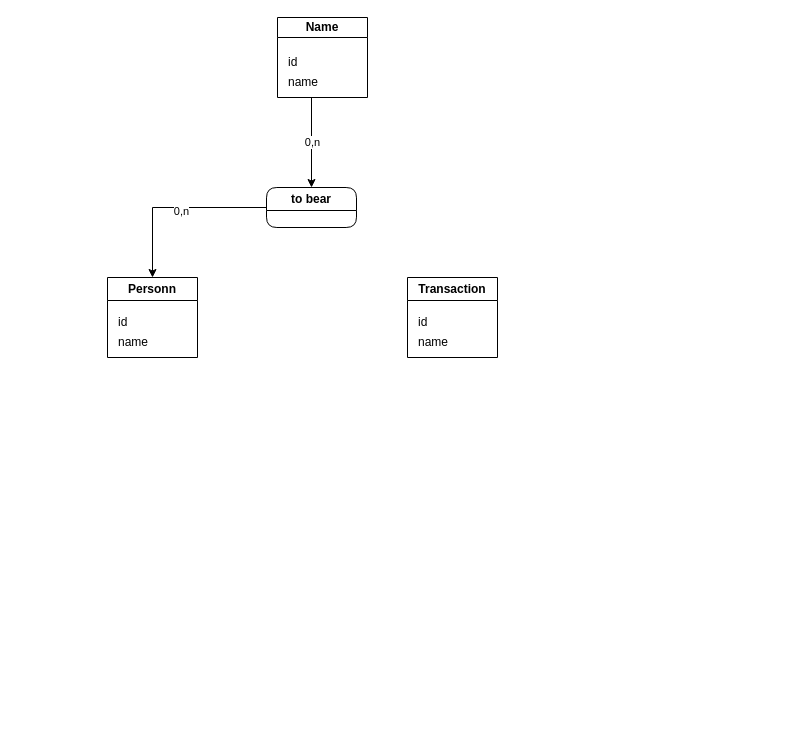
This is test.drawio from Aloeverras/mcd_destock, a draw.io file, before an edit. Source tidied: cells renumbered, new cells numbered last; positions are measured from the earlier drawing's top-left corner, leaving out a move shared by most shapes. Both pictures are drawn from the tidied source at 100%, with x=0, y=0 at pixel (107, 17).
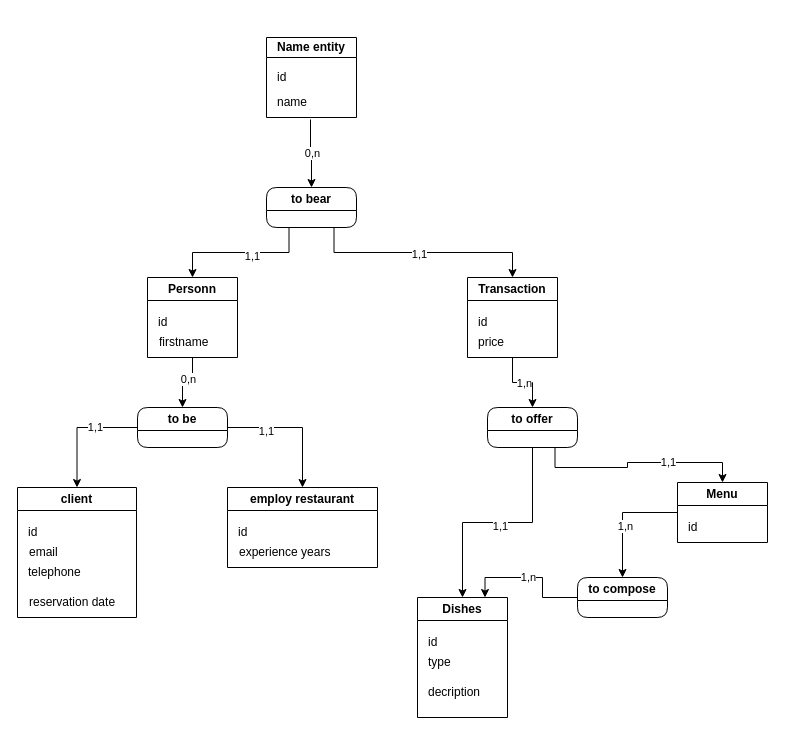
After the change.

Commit message (it also covers changes not shown here):
Mettre à jour test.drawio

Unchanged cells that the change refers to:
```xml
<mxCell id="4" value="name" style="text;html=1;align=left;verticalAlign=middle;points=[];strokeColor=none;fillColor=none;" parent="2" vertex="1">
  <mxGeometry x="9" y="50" width="50" height="30" as="geometry" />
</mxCell>
<mxCell id="7" value="to bear" style="swimlane;whiteSpace=wrap;html=1;rounded=1;" parent="1" vertex="1">
  <mxGeometry x="159" y="170" width="90" height="40" as="geometry" />
</mxCell>
```

Change to the diagram source:
```diff
@@
-    <mxCell id="2" value="Name" style="swimlane;whiteSpace=wrap;html=1;startSize=20;" parent="1" vertex="1">
-      <mxGeometry x="170" width="90" height="80" as="geometry" />
+    <mxCell id="2" value="Name entity" style="swimlane;whiteSpace=wrap;html=1;startSize=20;" parent="1" vertex="1">
+      <mxGeometry x="159" y="20" width="90" height="80" as="geometry" />
     </mxCell>
     <mxCell id="3" value="id" style="text;html=1;align=left;verticalAlign=middle;strokeColor=none;fillColor=none;" parent="2" vertex="1">
-      <mxGeometry x="9" y="30" width="30" height="30" as="geometry" />
+      <mxGeometry x="9" y="25" width="30" height="30" as="geometry" />
     </mxCell>
@@
-    <mxCell id="5" style="edgeStyle=orthogonalEdgeStyle;rounded=0;jettySize=auto;html=1;entryX=0.5;entryY=0;entryDx=0;entryDy=0;" parent="1" edge="1" source="7" target="8">
+    <mxCell id="5" style="edgeStyle=orthogonalEdgeStyle;rounded=0;jettySize=auto;html=1;entryX=0.5;entryY=0;entryDx=0;entryDy=0;exitX=0.25;exitY=1;exitDx=0;exitDy=0;" parent="1" edge="1" source="7" target="8">
       <mxGeometry relative="1" as="geometry" />
     </mxCell>
-    <mxCell id="6" value="0,n" style="edgeLabel;html=1;align=center;verticalAlign=middle;" parent="5" vertex="1">
-      <mxGeometry x="-0.07" y="3" relative="1" as="geometry" />
-    </mxCell>
+    <mxCell id="16" value="1,1" style="edgeLabel;html=1;align=center;verticalAlign=middle;" parent="5" vertex="1">
+      <mxGeometry x="-0.15" y="3" relative="1" as="geometry" />
+    </mxCell>
+    <mxCell id="17" style="edgeStyle=orthogonalEdgeStyle;rounded=0;jettySize=auto;html=1;entryX=0.5;entryY=0;entryDx=0;entryDy=0;exitX=0.75;exitY=1;exitDx=0;exitDy=0;" parent="1" edge="1" source="7" target="11">
+      <mxGeometry relative="1" as="geometry" />
+    </mxCell>
+    <mxCell id="18" value="1,1" style="edgeLabel;html=1;align=center;verticalAlign=middle;" parent="17" vertex="1">
+      <mxGeometry x="-0.05" y="-1" relative="1" as="geometry">
+        <mxPoint x="1" as="offset" />
+      </mxGeometry>
+    </mxCell>
@@
     <mxCell id="8" value="Personn" style="swimlane;whiteSpace=wrap;html=1;" parent="1" vertex="1">
-      <mxGeometry y="260" width="90" height="80" as="geometry" />
+      <mxGeometry x="40" y="260" width="90" height="80" as="geometry" />
     </mxCell>
@@
-    <mxCell id="10" value="name" style="text;html=1;align=left;verticalAlign=middle;strokeColor=none;fillColor=none;" parent="8" vertex="1">
-      <mxGeometry x="9" y="50" width="50" height="30" as="geometry" />
-    </mxCell>
+    <mxCell id="19" value="firstname" style="text;html=1;align=left;verticalAlign=middle;points=[];strokeColor=none;fillColor=none;" parent="8" vertex="1">
+      <mxGeometry x="10" y="50" width="70" height="30" as="geometry" />
+    </mxCell>
+    <mxCell id="20" style="edgeStyle=orthogonalEdgeStyle;rounded=0;jettySize=auto;html=1;entryX=0.5;entryY=0;entryDx=0;entryDy=0;" parent="1" edge="1" source="11" target="48">
+      <mxGeometry relative="1" as="geometry" />
+    </mxCell>
+    <mxCell id="21" value="1,n" style="edgeLabel;html=1;align=center;verticalAlign=middle;" parent="20" vertex="1">
+      <mxGeometry x="0.03" relative="1" as="geometry" />
+    </mxCell>
     <mxCell id="11" value="Transaction" style="swimlane;whiteSpace=wrap;html=1;startSize=23;" parent="1" vertex="1">
-      <mxGeometry x="300" y="260" width="90" height="80" as="geometry" />
+      <mxGeometry x="360" y="260" width="90" height="80" as="geometry" />
     </mxCell>
@@
-    <mxCell id="13" value="name" style="text;html=1;align=left;verticalAlign=middle;strokeColor=none;fillColor=none;" parent="11" vertex="1">
+    <mxCell id="13" value="price" style="text;html=1;align=left;verticalAlign=middle;strokeColor=none;fillColor=none;" parent="11" vertex="1">
       <mxGeometry x="9" y="50" width="50" height="30" as="geometry" />
     </mxCell>
-    <mxCell id="14" style="edgeStyle=orthogonalEdgeStyle;rounded=0;jettySize=auto;html=1;" parent="1" edge="1" source="4" target="7">
+    <mxCell id="14" style="edgeStyle=orthogonalEdgeStyle;rounded=0;jettySize=auto;html=1;exitX=0.7;exitY=1.067;exitDx=0;exitDy=0;exitPerimeter=0;" parent="1" edge="1" source="4" target="7">
       <mxGeometry relative="1" as="geometry" />
     </mxCell>
@@
+    <mxCell id="22" style="edgeStyle=orthogonalEdgeStyle;rounded=0;jettySize=auto;html=1;" parent="1" edge="1" source="26" target="28">
+      <mxGeometry relative="1" as="geometry" />
+    </mxCell>
+    <mxCell id="23" value="1,1" style="edgeLabel;html=1;align=center;verticalAlign=middle;" parent="22" vertex="1">
+      <mxGeometry x="-0.29" y="-1" relative="1" as="geometry" />
+    </mxCell>
+    <mxCell id="24" style="edgeStyle=orthogonalEdgeStyle;rounded=0;jettySize=auto;html=1;exitX=1;exitY=0.5;exitDx=0;exitDy=0;" parent="1" edge="1" source="26" target="33">
+      <mxGeometry relative="1" as="geometry" />
+    </mxCell>
+    <mxCell id="25" value="1,1" style="edgeLabel;html=1;align=center;verticalAlign=middle;" parent="24" vertex="1">
+      <mxGeometry x="-0.44" y="-3" relative="1" as="geometry" />
+    </mxCell>
+    <mxCell id="26" value="to be" style="swimlane;whiteSpace=wrap;html=1;rounded=1;" parent="1" vertex="1">
+      <mxGeometry x="30" y="390" width="90" height="40" as="geometry" />
+    </mxCell>
+    <mxCell id="27" style="edgeStyle=orthogonalEdgeStyle;rounded=0;jettySize=auto;html=1;" parent="1" edge="1" source="19" target="26">
+      <mxGeometry relative="1" as="geometry" />
+    </mxCell>
+    <mxCell id="6" value="0,n" style="edgeLabel;html=1;align=center;verticalAlign=middle;" parent="27" vertex="1">
+      <mxGeometry y="-4" relative="1" as="geometry" />
+    </mxCell>
+    <mxCell id="28" value="client" style="swimlane;whiteSpace=wrap;html=1;" parent="1" vertex="1">
+      <mxGeometry x="-90" y="470" width="119" height="130" as="geometry" />
+    </mxCell>
+    <mxCell id="29" value="id" style="text;html=1;align=left;verticalAlign=middle;strokeColor=none;fillColor=none;" parent="28" vertex="1">
+      <mxGeometry x="9" y="30" width="30" height="30" as="geometry" />
+    </mxCell>
+    <mxCell id="30" value="email" style="text;html=1;align=left;verticalAlign=middle;strokeColor=none;fillColor=none;" parent="28" vertex="1">
+      <mxGeometry x="10" y="50" width="50" height="30" as="geometry" />
+    </mxCell>
+    <mxCell id="31" value="telephone" style="text;html=1;align=left;verticalAlign=middle;strokeColor=none;fillColor=none;" parent="28" vertex="1">
+      <mxGeometry x="9" y="70" width="80" height="30" as="geometry" />
+    </mxCell>
+    <mxCell id="32" value="reservation date" style="text;html=1;align=left;verticalAlign=middle;strokeColor=none;fillColor=none;" parent="28" vertex="1">
+      <mxGeometry x="10" y="100" width="110" height="30" as="geometry" />
+    </mxCell>
+    <mxCell id="33" value="employ restaurant" style="swimlane;whiteSpace=wrap;html=1;" parent="1" vertex="1">
+      <mxGeometry x="120" y="470" width="150" height="80" as="geometry" />
+    </mxCell>
+    <mxCell id="34" value="id" style="text;html=1;align=left;verticalAlign=middle;strokeColor=none;fillColor=none;" parent="33" vertex="1">
+      <mxGeometry x="9" y="30" width="30" height="30" as="geometry" />
+    </mxCell>
+    <mxCell id="35" value="experience years" style="text;html=1;align=left;verticalAlign=middle;strokeColor=none;fillColor=none;" parent="33" vertex="1">
+      <mxGeometry x="10" y="50" width="110" height="30" as="geometry" />
+    </mxCell>
+    <mxCell id="36" value="Dishes" style="swimlane;whiteSpace=wrap;html=1;startSize=23;" parent="1" vertex="1">
+      <mxGeometry x="310" y="580" width="90" height="120" as="geometry" />
+    </mxCell>
+    <mxCell id="37" value="id" style="text;html=1;align=left;verticalAlign=middle;strokeColor=none;fillColor=none;" parent="36" vertex="1">
+      <mxGeometry x="9" y="30" width="30" height="30" as="geometry" />
+    </mxCell>
+    <mxCell id="38" value="type" style="text;html=1;align=left;verticalAlign=middle;strokeColor=none;fillColor=none;" parent="36" vertex="1">
+      <mxGeometry x="9" y="50" width="50" height="30" as="geometry" />
+    </mxCell>
+    <mxCell id="39" value="decription" style="text;html=1;align=left;verticalAlign=middle;strokeColor=none;fillColor=none;" parent="36" vertex="1">
+      <mxGeometry x="9" y="80" width="80" height="30" as="geometry" />
+    </mxCell>
+    <mxCell id="40" style="edgeStyle=orthogonalEdgeStyle;rounded=0;jettySize=auto;html=1;entryX=0.5;entryY=0;entryDx=0;entryDy=0;" parent="1" edge="1" source="42" target="51">
+      <mxGeometry relative="1" as="geometry" />
+    </mxCell>
+    <mxCell id="41" value="1,n" style="edgeLabel;html=1;align=center;verticalAlign=middle;" parent="40" vertex="1">
+      <mxGeometry x="0.14" y="2" relative="1" as="geometry" />
+    </mxCell>
+    <mxCell id="42" value="Menu" style="swimlane;whiteSpace=wrap;html=1;startSize=23;" parent="1" vertex="1">
+      <mxGeometry x="570" y="465" width="90" height="60" as="geometry" />
+    </mxCell>
+    <mxCell id="43" value="id" style="text;html=1;align=left;verticalAlign=middle;strokeColor=none;fillColor=none;" parent="42" vertex="1">
+      <mxGeometry x="9" y="30" width="30" height="30" as="geometry" />
+    </mxCell>
+    <mxCell id="44" style="edgeStyle=orthogonalEdgeStyle;rounded=0;jettySize=auto;html=1;entryX=0.5;entryY=0;entryDx=0;entryDy=0;" parent="1" edge="1" source="48" target="36">
+      <mxGeometry relative="1" as="geometry" />
+    </mxCell>
+    <mxCell id="45" value="1,1" style="edgeLabel;html=1;align=center;verticalAlign=middle;" parent="44" vertex="1">
+      <mxGeometry x="-0.02" y="3" relative="1" as="geometry" />
+    </mxCell>
+    <mxCell id="46" style="edgeStyle=orthogonalEdgeStyle;rounded=0;jettySize=auto;html=1;exitX=0.75;exitY=1;exitDx=0;exitDy=0;entryX=0.5;entryY=0;entryDx=0;entryDy=0;" parent="1" edge="1" source="48" target="42">
+      <mxGeometry relative="1" as="geometry" />
+    </mxCell>
+    <mxCell id="47" value="1,1" style="edgeLabel;html=1;align=center;verticalAlign=middle;" parent="46" vertex="1">
+      <mxGeometry x="0.3" y="1" relative="1" as="geometry" />
+    </mxCell>
+    <mxCell id="48" value="to offer" style="swimlane;whiteSpace=wrap;html=1;rounded=1;" parent="1" vertex="1">
+      <mxGeometry x="380" y="390" width="90" height="40" as="geometry" />
+    </mxCell>
+    <mxCell id="49" style="edgeStyle=orthogonalEdgeStyle;rounded=0;jettySize=auto;html=1;entryX=0.75;entryY=0;entryDx=0;entryDy=0;" parent="1" edge="1" source="51" target="36">
+      <mxGeometry relative="1" as="geometry" />
+    </mxCell>
+    <mxCell id="50" value="1,n" style="edgeLabel;html=1;align=center;verticalAlign=middle;" parent="49" vertex="1">
+      <mxGeometry x="0.06" y="-1" relative="1" as="geometry" />
+    </mxCell>
+    <mxCell id="51" value="to compose" style="swimlane;whiteSpace=wrap;html=1;rounded=1;" parent="1" vertex="1">
+      <mxGeometry x="470" y="560" width="90" height="40" as="geometry" />
+    </mxCell>
```
